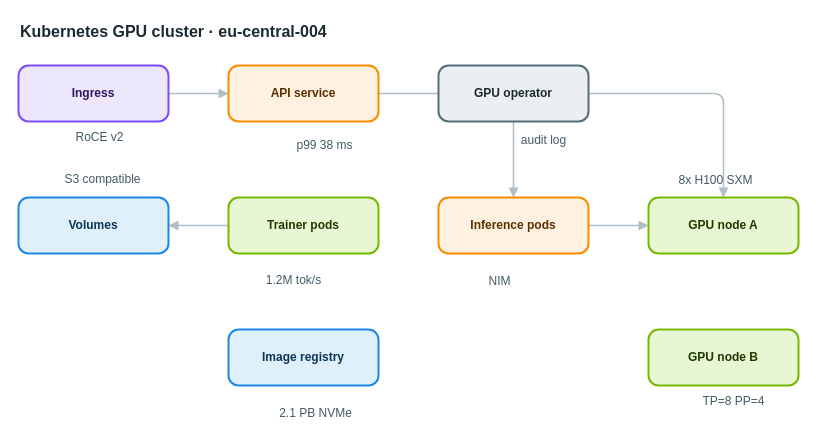
AryanG01/open-apprentice keeps this draw.io diagram as apps/web/public/samples/library/004-kubernetes-gpu-cluster.drawio. Above is the earlier version. Source tidied: cells renumbered, new cells numbered last; positions are measured from the earlier drawing's top-left corner, leaving out a move shared by most shapes. Both pictures are drawn from the tidied source at 100%, with x=0, y=0 at pixel (18, 17).
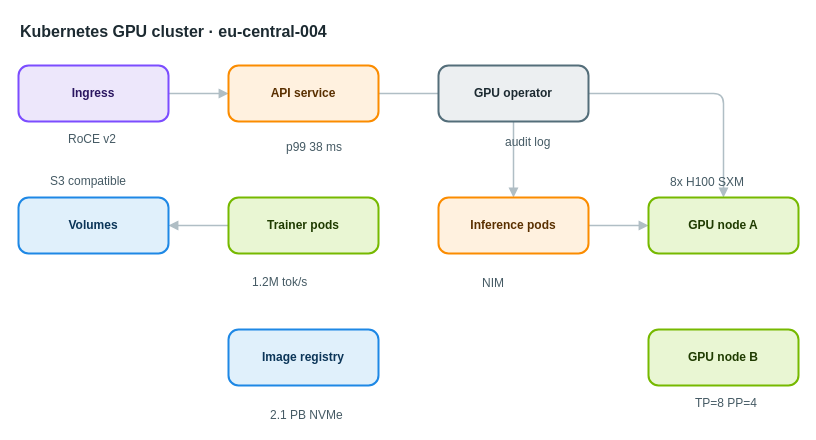
After the change.

Change to the diagram source:
```diff
@@
-    <mxCell id="17" value="RoCE v2" style="text;html=1;align=center;verticalAlign=middle;whiteSpace=nowrap;strokeColor=none;fillColor=none;fontSize=12;fontColor=#455a64;" parent="1" vertex="1">
+    <mxCell id="17" value="RoCE v2" style="text;html=1;align=left;verticalAlign=top;whiteSpace=nowrap;spacing=0;spacingTop=0;strokeColor=none;fillColor=none;fontSize=12;fontColor=#455a64;" parent="1" vertex="1">
       <mxGeometry x="50" y="110" width="61" height="20" as="geometry" />
     </mxCell>
-    <mxCell id="18" value="p99 38 ms" style="text;html=1;align=center;verticalAlign=middle;whiteSpace=nowrap;strokeColor=none;fillColor=none;fontSize=12;fontColor=#455a64;" parent="1" vertex="1">
+    <mxCell id="18" value="p99 38 ms" style="text;html=1;align=left;verticalAlign=top;whiteSpace=nowrap;spacing=0;spacingTop=0;strokeColor=none;fillColor=none;fontSize=12;fontColor=#455a64;" parent="1" vertex="1">
       <mxGeometry x="268" y="118" width="75" height="20" as="geometry" />
     </mxCell>
-    <mxCell id="19" value="audit log" style="text;html=1;align=center;verticalAlign=middle;whiteSpace=nowrap;strokeColor=none;fillColor=none;fontSize=12;fontColor=#455a64;" parent="1" vertex="1">
+    <mxCell id="19" value="audit log" style="text;html=1;align=left;verticalAlign=top;whiteSpace=nowrap;spacing=0;spacingTop=0;strokeColor=none;fillColor=none;fontSize=12;fontColor=#455a64;" parent="1" vertex="1">
       <mxGeometry x="487" y="113" width="75" height="20" as="geometry" />
     </mxCell>
-    <mxCell id="20" value="1.2M tok/s" style="text;html=1;align=center;verticalAlign=middle;whiteSpace=nowrap;strokeColor=none;fillColor=none;fontSize=12;fontColor=#455a64;" parent="1" vertex="1">
+    <mxCell id="20" value="1.2M tok/s" style="text;html=1;align=left;verticalAlign=top;whiteSpace=nowrap;spacing=0;spacingTop=0;strokeColor=none;fillColor=none;fontSize=12;fontColor=#455a64;" parent="1" vertex="1">
       <mxGeometry x="234" y="253" width="82" height="20" as="geometry" />
     </mxCell>
-    <mxCell id="21" value="NIM" style="text;html=1;align=center;verticalAlign=middle;whiteSpace=nowrap;strokeColor=none;fillColor=none;fontSize=12;fontColor=#455a64;" parent="1" vertex="1">
+    <mxCell id="21" value="NIM" style="text;html=1;align=left;verticalAlign=top;whiteSpace=nowrap;spacing=0;spacingTop=0;strokeColor=none;fillColor=none;fontSize=12;fontColor=#455a64;" parent="1" vertex="1">
       <mxGeometry x="464" y="254" width="33" height="20" as="geometry" />
     </mxCell>
-    <mxCell id="22" value="8x H100 SXM" style="text;html=1;align=center;verticalAlign=middle;whiteSpace=nowrap;strokeColor=none;fillColor=none;fontSize=12;fontColor=#455a64;" parent="1" vertex="1">
+    <mxCell id="22" value="8x H100 SXM" style="text;html=1;align=left;verticalAlign=top;whiteSpace=nowrap;spacing=0;spacingTop=0;strokeColor=none;fillColor=none;fontSize=12;fontColor=#455a64;" parent="1" vertex="1">
       <mxGeometry x="652" y="153" width="89" height="20" as="geometry" />
     </mxCell>
-    <mxCell id="23" value="TP=8 PP=4" style="text;html=1;align=center;verticalAlign=middle;whiteSpace=nowrap;strokeColor=none;fillColor=none;fontSize=12;fontColor=#455a64;" parent="1" vertex="1">
+    <mxCell id="23" value="TP=8 PP=4" style="text;html=1;align=left;verticalAlign=top;whiteSpace=nowrap;spacing=0;spacingTop=0;strokeColor=none;fillColor=none;fontSize=12;fontColor=#455a64;" parent="1" vertex="1">
       <mxGeometry x="677" y="374" width="75" height="20" as="geometry" />
     </mxCell>
-    <mxCell id="24" value="S3 compatible" style="text;html=1;align=center;verticalAlign=middle;whiteSpace=nowrap;strokeColor=none;fillColor=none;fontSize=12;fontColor=#455a64;" parent="1" vertex="1">
+    <mxCell id="24" value="S3 compatible" style="text;html=1;align=left;verticalAlign=top;whiteSpace=nowrap;spacing=0;spacingTop=0;strokeColor=none;fillColor=none;fontSize=12;fontColor=#455a64;" parent="1" vertex="1">
       <mxGeometry x="32" y="152" width="103" height="20" as="geometry" />
     </mxCell>
-    <mxCell id="25" value="2.1 PB NVMe" style="text;html=1;align=center;verticalAlign=middle;whiteSpace=nowrap;strokeColor=none;fillColor=none;fontSize=12;fontColor=#455a64;" parent="1" vertex="1">
+    <mxCell id="25" value="2.1 PB NVMe" style="text;html=1;align=left;verticalAlign=top;whiteSpace=nowrap;spacing=0;spacingTop=0;strokeColor=none;fillColor=none;fontSize=12;fontColor=#455a64;" parent="1" vertex="1">
       <mxGeometry x="252" y="386" width="89" height="20" as="geometry" />
     </mxCell>
```
